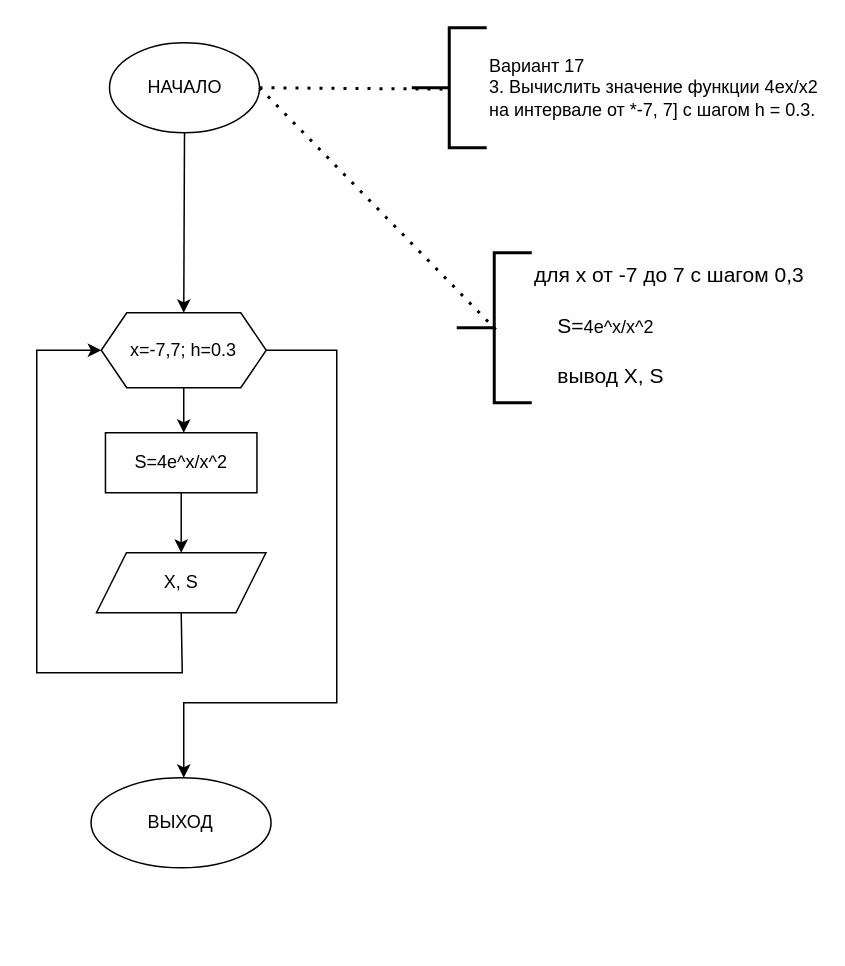
paweltaranov/Pawel_Taranov_Zadanie_01 keeps this draw.io diagram as Task_02_17_03.drawio. Above is the earlier version. Source tidied: cells renumbered, new cells numbered last; positions are measured from the earlier drawing's top-left corner, leaving out a move shared by most shapes. Both pictures are drawn from the tidied source at 150%, with x=0, y=0 at pixel (36, 27).
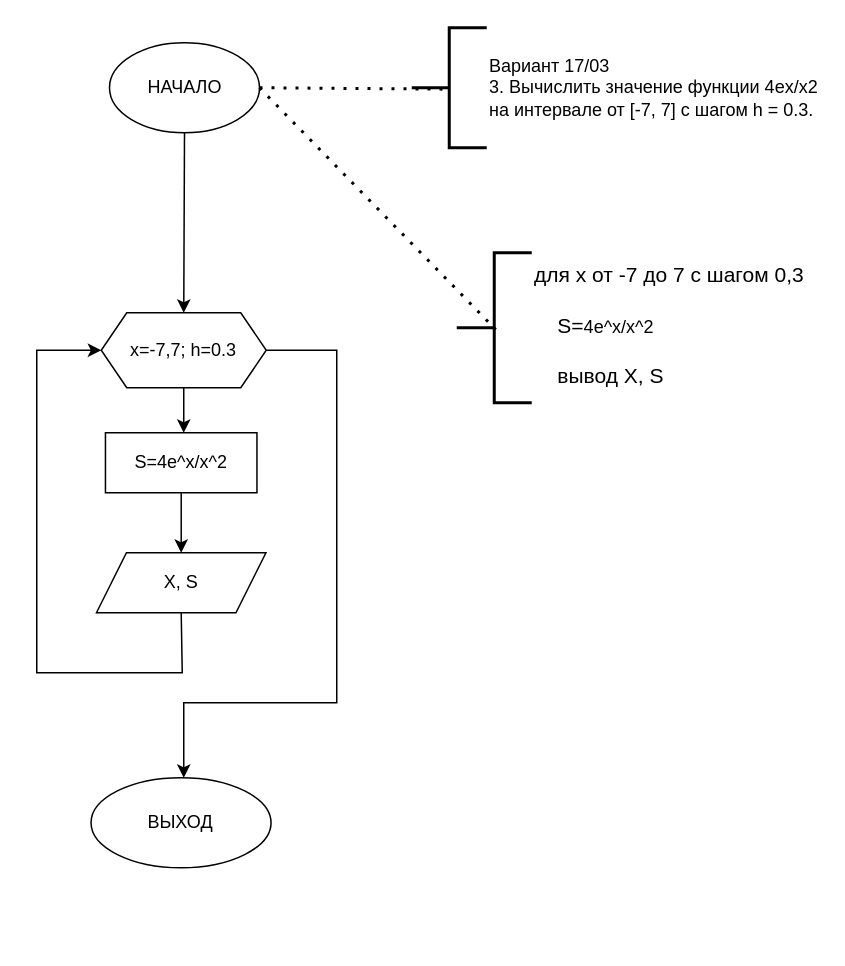
After the change.

Change to the diagram source:
```diff
@@
-    <mxCell id="5" value="Вариант 17&lt;br&gt;3. Вычислить значение функции 4ex/x2 &lt;br&gt;на интервале от *-7, 7] c шагом h = 0.3." style="strokeWidth=2;html=1;shape=mxgraph.flowchart.annotation_2;align=left;labelPosition=right;" parent="1" vertex="1">
+    <mxCell id="5" value="Вариант 17/03&lt;br&gt;3. Вычислить значение функции 4ex/x2 &lt;br&gt;на интервале от [-7, 7] c шагом h = 0.3." style="strokeWidth=2;html=1;shape=mxgraph.flowchart.annotation_2;align=left;labelPosition=right;" parent="1" vertex="1">
       <mxGeometry x="250" width="50" height="80" as="geometry" />
     </mxCell>
```
